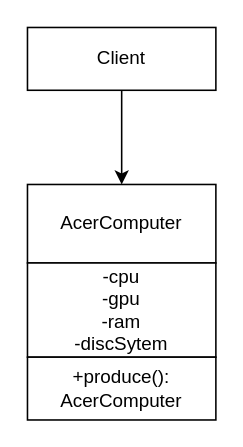
plnnsimon/patterns keeps this draw.io diagram as 1_creational/prototype.drawio. Above is the earlier version. Source tidied: cells renumbered, new cells numbered last; positions are measured from the earlier drawing's top-left corner, leaving out a move shared by most shapes. Both pictures are drawn from the tidied source at 157%, with x=0, y=0 at pixel (27, 27).
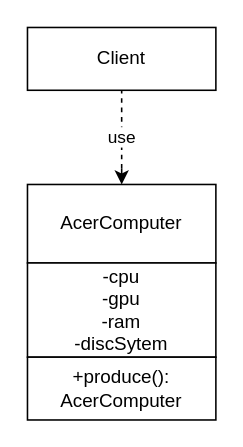
After the change.

What changed in the source:
```diff
@@
 <mxGraphModel>
   <root>
     <mxCell id="0" />
     <mxCell id="1" parent="0" />
     <mxCell id="2" value="Client" style="rounded=0;whiteSpace=wrap;html=1;" parent="1" vertex="1">
       <mxGeometry width="120" height="40" as="geometry" />
     </mxCell>
     <mxCell id="3" value="AcerComputer" style="rounded=0;whiteSpace=wrap;html=1;" parent="1" vertex="1">
       <mxGeometry y="100" width="120" height="50" as="geometry" />
     </mxCell>
-    <mxCell id="4" style="endArrow=classic;html=1;exitX=0.5;exitY=1;exitDx=0;exitDy=0;entryX=0.5;entryY=0;entryDx=0;entryDy=0;" parent="1" edge="1" source="2" target="3">
-      <mxGeometry relative="1" as="geometry" />
+    <mxCell id="4" style="endArrow=classic;html=1;entryX=0.5;entryY=0;entryDx=0;entryDy=0;" parent="1" edge="1" target="3">
+      <mxGeometry relative="1" as="geometry">
+        <mxPoint x="60" y="90" as="sourcePoint" />
+      </mxGeometry>
     </mxCell>
     <mxCell id="5" value="-cpu&lt;br&gt;-gpu&lt;br&gt;-ram&lt;br&gt;-discSytem" style="rounded=0;whiteSpace=wrap;html=1;" parent="1" vertex="1">
       <mxGeometry y="150" width="120" height="60" as="geometry" />
     </mxCell>
     <mxCell id="6" value="+produce(): AcerComputer" style="rounded=0;whiteSpace=wrap;html=1;" parent="1" vertex="1">
       <mxGeometry y="210" width="120" height="40" as="geometry" />
     </mxCell>
+    <mxCell id="7" style="endArrow=none;dashed=1;html=1;entryX=0.5;entryY=1;entryDx=0;entryDy=0;" parent="1" edge="1" target="2">
+      <mxGeometry relative="1" as="geometry">
+        <mxPoint x="60" y="90" as="sourcePoint" />
+      </mxGeometry>
+    </mxCell>
+    <mxCell id="8" value="use" style="edgeLabel;html=1;align=center;verticalAlign=middle;" parent="7" vertex="1">
+      <mxGeometry x="-0.15" y="1" relative="1" as="geometry" />
+    </mxCell>
   </root>
 </mxGraphModel>
```
